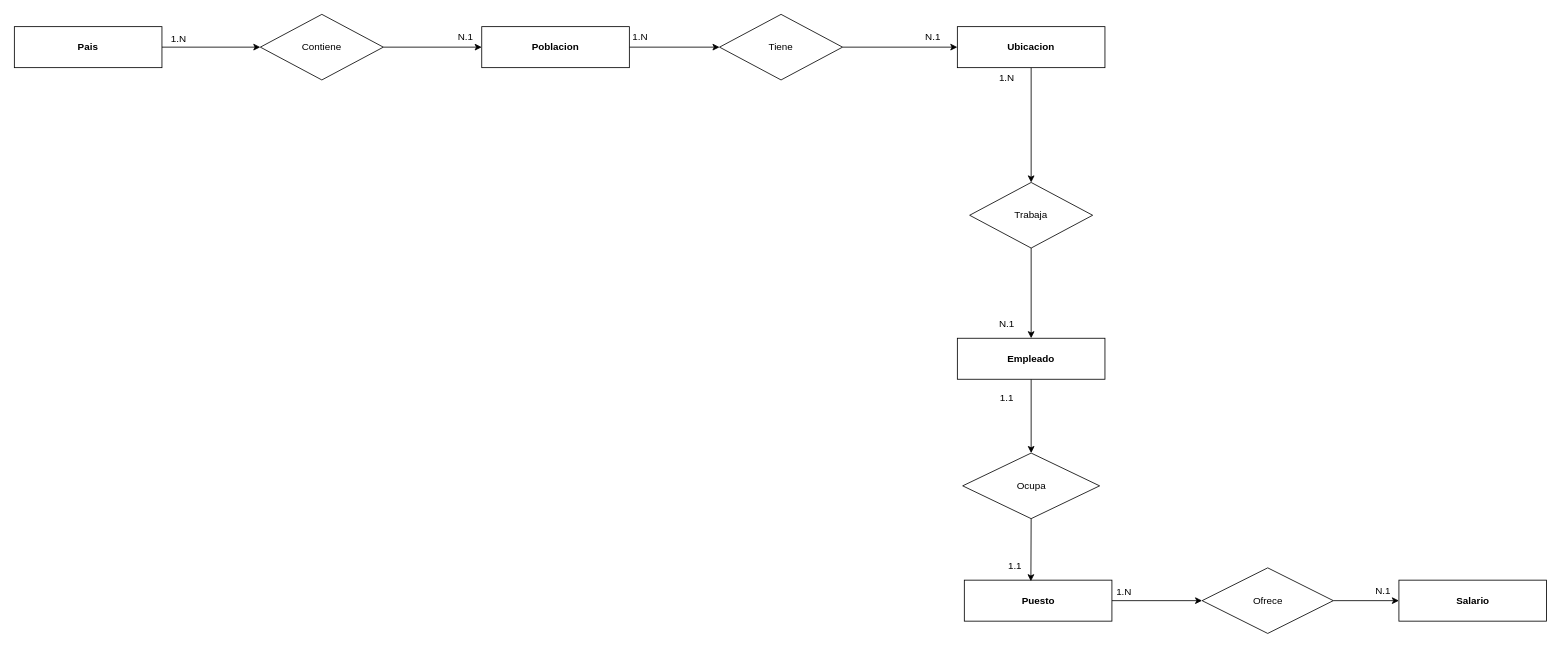
Before: CASO6"A".drawio in konnylisethalucematorresCAMPUS/baseDeDatosJhon, a draw.io diagram. Source tidied: cells renumbered, new cells numbered last; positions are measured from the earlier drawing's top-left corner, leaving out a move shared by most shapes. Both pictures are drawn from the tidied source at 82%, with x=0, y=0 at pixel (14, 14).
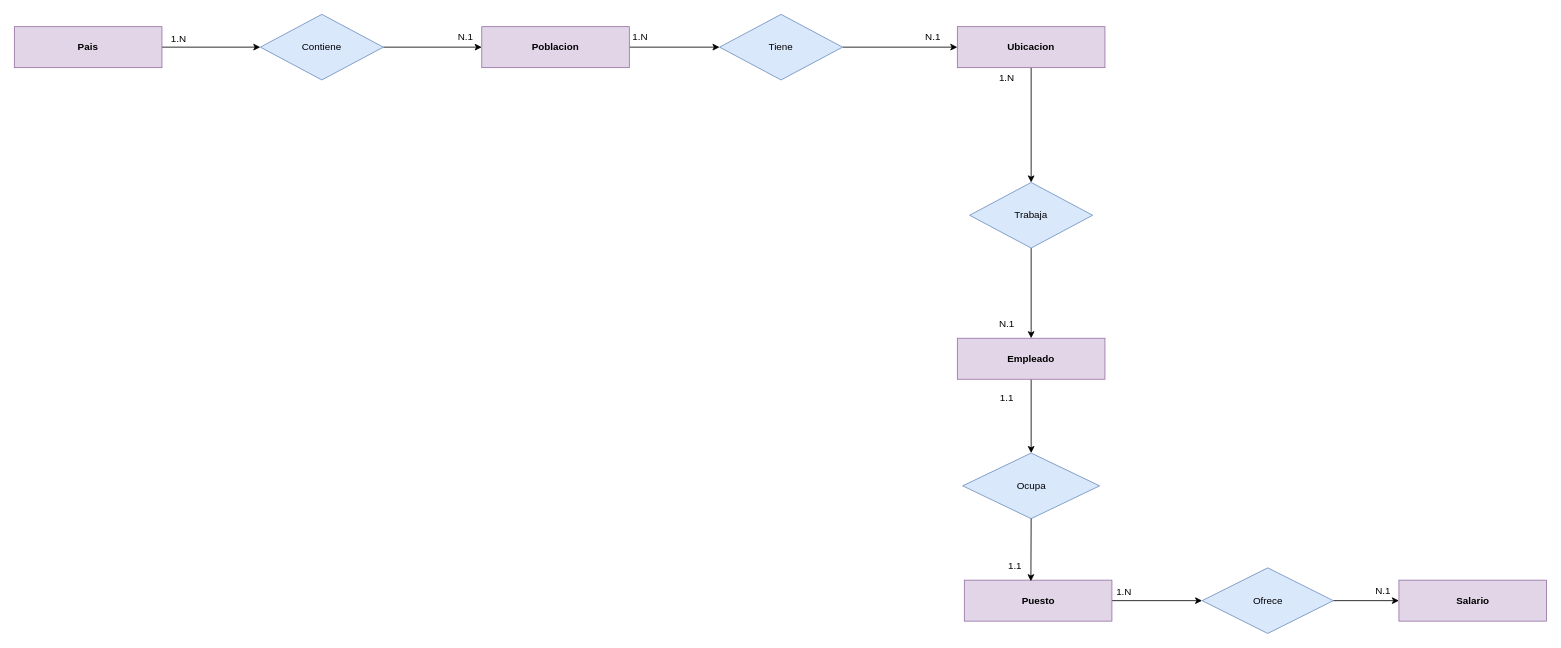
After the change.

The change refers to these unchanged cells:
```xml
<mxCell id="22" style="group;" parent="1" vertex="1">
  <mxGeometry x="1158.5" y="675" width="710" height="80" as="geometry" />
</mxCell>
```

Diff of the diagram source:
```diff
@@
-    <mxCell id="3" value="&lt;b&gt;Pais&lt;/b&gt;" style="rounded=0;whiteSpace=wrap;html=1;" parent="1" vertex="1">
+    <mxCell id="3" value="&lt;b&gt;Pais&lt;/b&gt;" style="rounded=0;whiteSpace=wrap;html=1;fillColor=#e1d5e7;strokeColor=#9673a6;" parent="1" vertex="1">
       <mxGeometry y="15" width="180" height="50" as="geometry" />
     </mxCell>
@@
-    <mxCell id="5" value="&lt;b&gt;Empleado&lt;/b&gt;" style="rounded=0;whiteSpace=wrap;html=1;" parent="1" vertex="1">
+    <mxCell id="5" value="&lt;b&gt;Empleado&lt;/b&gt;" style="rounded=0;whiteSpace=wrap;html=1;fillColor=#e1d5e7;strokeColor=#9673a6;" parent="1" vertex="1">
       <mxGeometry x="1150" y="395" width="180" height="50" as="geometry" />
     </mxCell>
@@
-    <mxCell id="7" value="&lt;b&gt;Poblacion&lt;/b&gt;" style="rounded=0;whiteSpace=wrap;html=1;" parent="1" vertex="1">
+    <mxCell id="7" value="&lt;b&gt;Poblacion&lt;/b&gt;" style="rounded=0;whiteSpace=wrap;html=1;fillColor=#e1d5e7;strokeColor=#9673a6;" parent="1" vertex="1">
       <mxGeometry x="570" y="15" width="180" height="50" as="geometry" />
     </mxCell>
@@
-    <mxCell id="9" value="&lt;b&gt;Ubicacion&lt;/b&gt;" style="rounded=0;whiteSpace=wrap;html=1;" parent="1" vertex="1">
+    <mxCell id="9" value="&lt;b&gt;Ubicacion&lt;/b&gt;" style="rounded=0;whiteSpace=wrap;html=1;fillColor=#e1d5e7;strokeColor=#9673a6;" parent="1" vertex="1">
       <mxGeometry x="1150" y="15" width="180" height="50" as="geometry" />
     </mxCell>
@@
-    <mxCell id="11" value="Trabaja" style="rhombus;whiteSpace=wrap;html=1;" parent="1" vertex="1">
+    <mxCell id="11" value="Trabaja" style="rhombus;whiteSpace=wrap;html=1;fillColor=#dae8fc;strokeColor=#6c8ebf;" parent="1" vertex="1">
       <mxGeometry x="1165" y="205" width="150" height="80" as="geometry" />
     </mxCell>
@@
-    <mxCell id="13" value="Tiene" style="rhombus;whiteSpace=wrap;html=1;" parent="1" vertex="1">
+    <mxCell id="13" value="Tiene" style="rhombus;whiteSpace=wrap;html=1;fillColor=#dae8fc;strokeColor=#6c8ebf;" parent="1" vertex="1">
       <mxGeometry x="860" width="150" height="80" as="geometry" />
     </mxCell>
@@
-    <mxCell id="15" value="Contiene" style="rhombus;whiteSpace=wrap;html=1;" parent="1" vertex="1">
+    <mxCell id="15" value="Contiene" style="rhombus;whiteSpace=wrap;html=1;fillColor=#dae8fc;strokeColor=#6c8ebf;" parent="1" vertex="1">
       <mxGeometry x="300" width="150" height="80" as="geometry" />
     </mxCell>
@@
-    <mxCell id="23" value="&lt;b&gt;Salario&lt;/b&gt;" style="rounded=0;whiteSpace=wrap;html=1;" parent="22" vertex="1">
+    <mxCell id="23" value="&lt;b&gt;Salario&lt;/b&gt;" style="rounded=0;whiteSpace=wrap;html=1;fillColor=#e1d5e7;strokeColor=#9673a6;" parent="22" vertex="1">
       <mxGeometry x="530" y="15" width="180" height="50" as="geometry" />
     </mxCell>
@@
-    <mxCell id="25" value="&lt;b&gt;Puesto&lt;/b&gt;" style="rounded=0;whiteSpace=wrap;html=1;" parent="22" vertex="1">
+    <mxCell id="25" value="&lt;b&gt;Puesto&lt;/b&gt;" style="rounded=0;whiteSpace=wrap;html=1;fillColor=#e1d5e7;strokeColor=#9673a6;" parent="22" vertex="1">
       <mxGeometry y="15" width="180" height="50" as="geometry" />
     </mxCell>
@@
-    <mxCell id="27" value="Ofrece" style="rhombus;whiteSpace=wrap;html=1;" parent="22" vertex="1">
+    <mxCell id="27" value="Ofrece" style="rhombus;whiteSpace=wrap;html=1;fillColor=#dae8fc;strokeColor=#6c8ebf;" parent="22" vertex="1">
       <mxGeometry x="290" width="160" height="80" as="geometry" />
     </mxCell>
@@
-    <mxCell id="31" value="Ocupa" style="rhombus;whiteSpace=wrap;html=1;" parent="1" vertex="1">
+    <mxCell id="31" value="Ocupa" style="rhombus;whiteSpace=wrap;html=1;fillColor=#dae8fc;strokeColor=#6c8ebf;" parent="1" vertex="1">
       <mxGeometry x="1156.5" y="535" width="167" height="80" as="geometry" />
     </mxCell>
```
